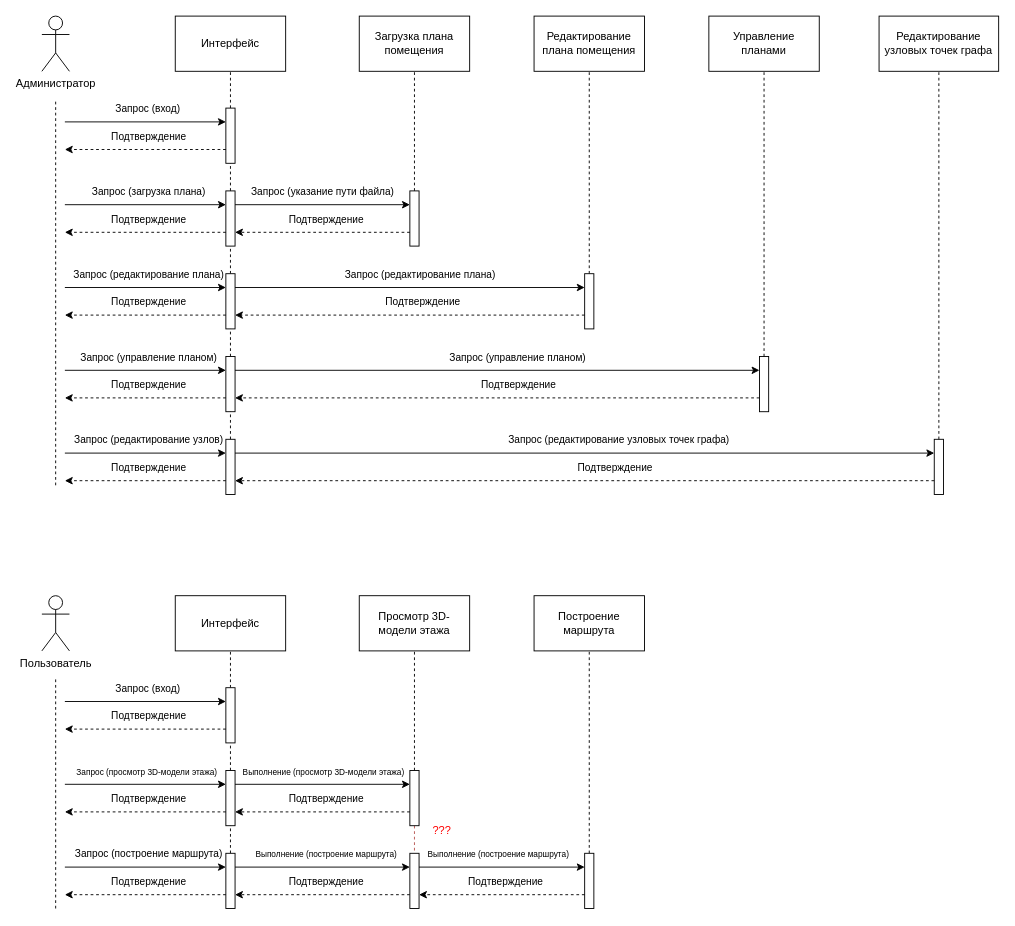
Before: posled_sost.drawio in kapec2303/kartinka, a draw.io diagram. Source tidied: cells renumbered, new cells numbered last; positions are measured from the earlier drawing's top-left corner, leaving out a move shared by most shapes. Both pictures are drawn from the tidied source at 92%, with x=0, y=0 at pixel (41, 16).
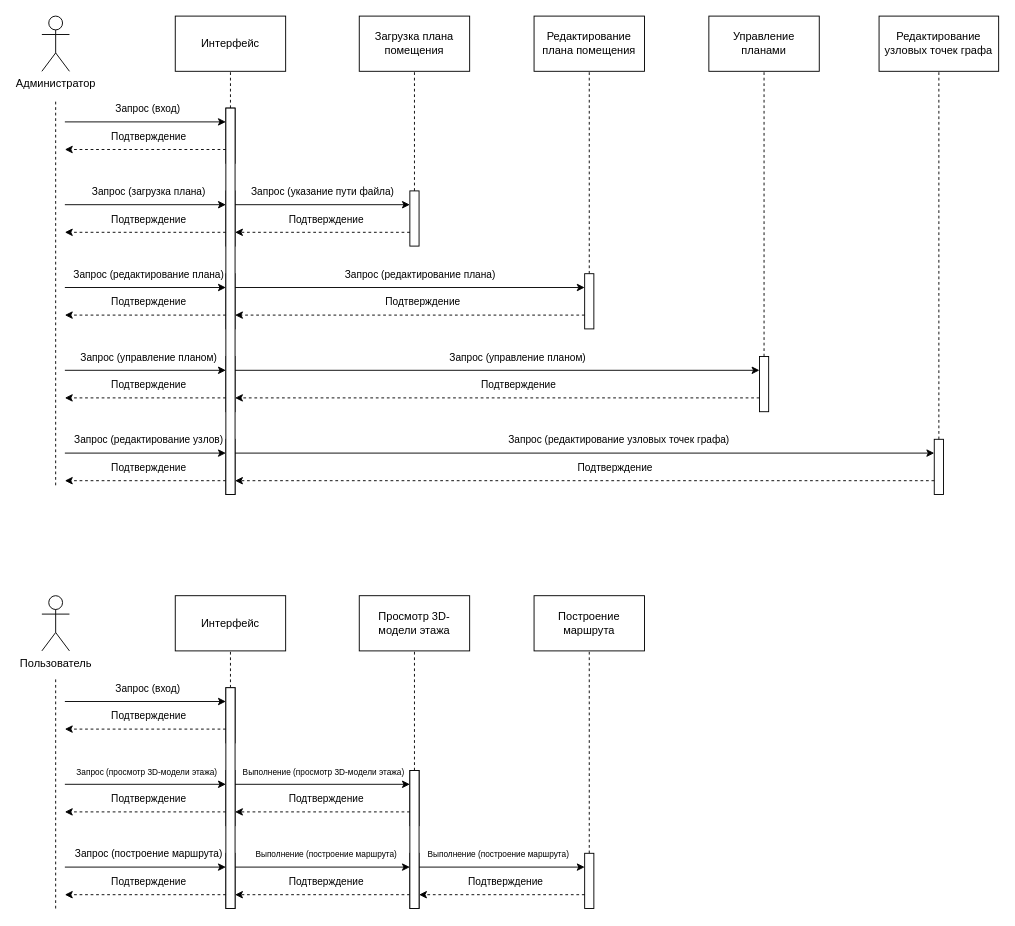
The same page after the edit.

The edit, as a diff of the source:
```diff
@@
-    <mxCell id="98" value="&lt;font style=&quot;color: rgb(255, 0, 0);&quot;&gt;???&lt;/font&gt;" style="text;html=1;whiteSpace=wrap;strokeColor=none;fillColor=none;align=center;verticalAlign=middle;rounded=0;" parent="1" vertex="1">
-      <mxGeometry x="405" y="870" width="60" height="30" as="geometry" />
-    </mxCell>
+    <mxCell id="99" style="rounded=0;whiteSpace=wrap;html=1;" parent="1" vertex="1">
+      <mxGeometry x="200" y="100" width="10" height="420" as="geometry" />
+    </mxCell>
+    <mxCell id="100" style="rounded=0;whiteSpace=wrap;html=1;" parent="1" vertex="1">
+      <mxGeometry x="200" y="730" width="10" height="240" as="geometry" />
+    </mxCell>
+    <mxCell id="101" style="rounded=0;whiteSpace=wrap;html=1;" parent="1" vertex="1">
+      <mxGeometry x="400" y="820" width="10" height="150" as="geometry" />
+    </mxCell>
```
